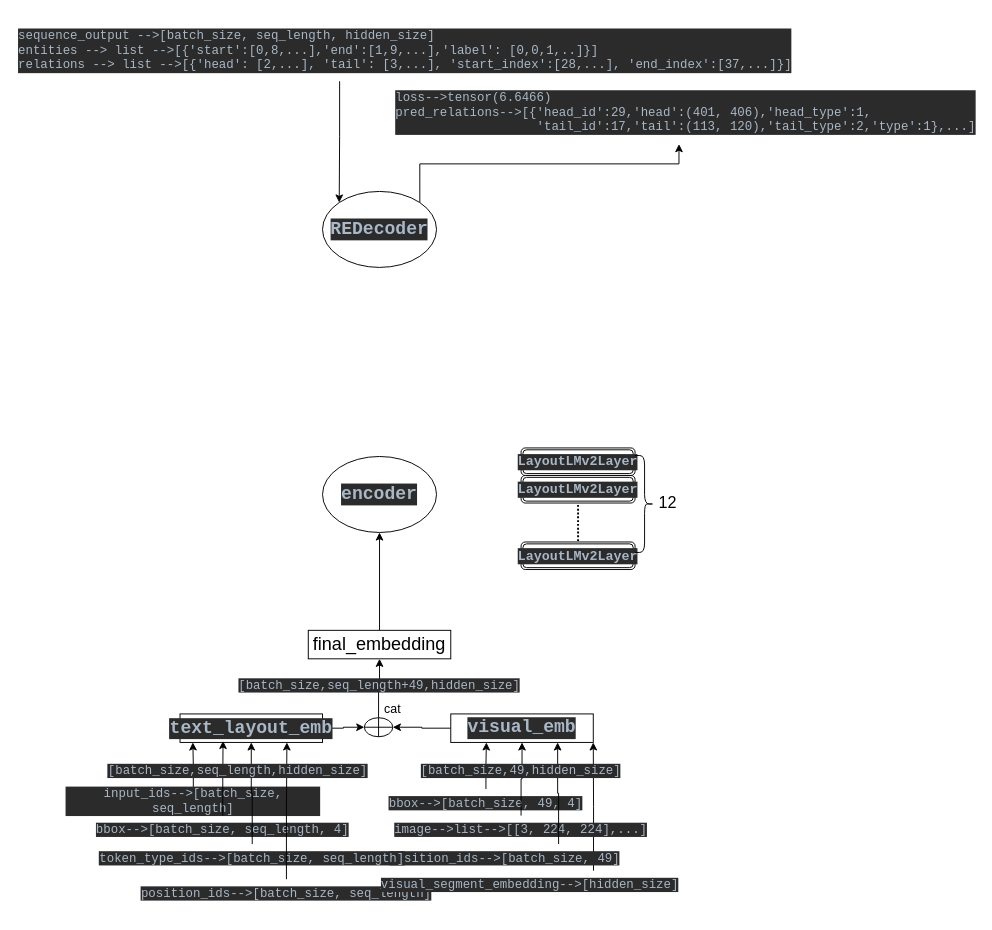
Earlier version of the draw.io diagram layoutxlm.drawio (ymzx/layoutxlm). Source tidied: cells renumbered, new cells numbered last; positions are measured from the earlier drawing's top-left corner, leaving out a move shared by most shapes. Both pictures are drawn from the tidied source at 95%, with x=0, y=0 at pixel (16, 20).
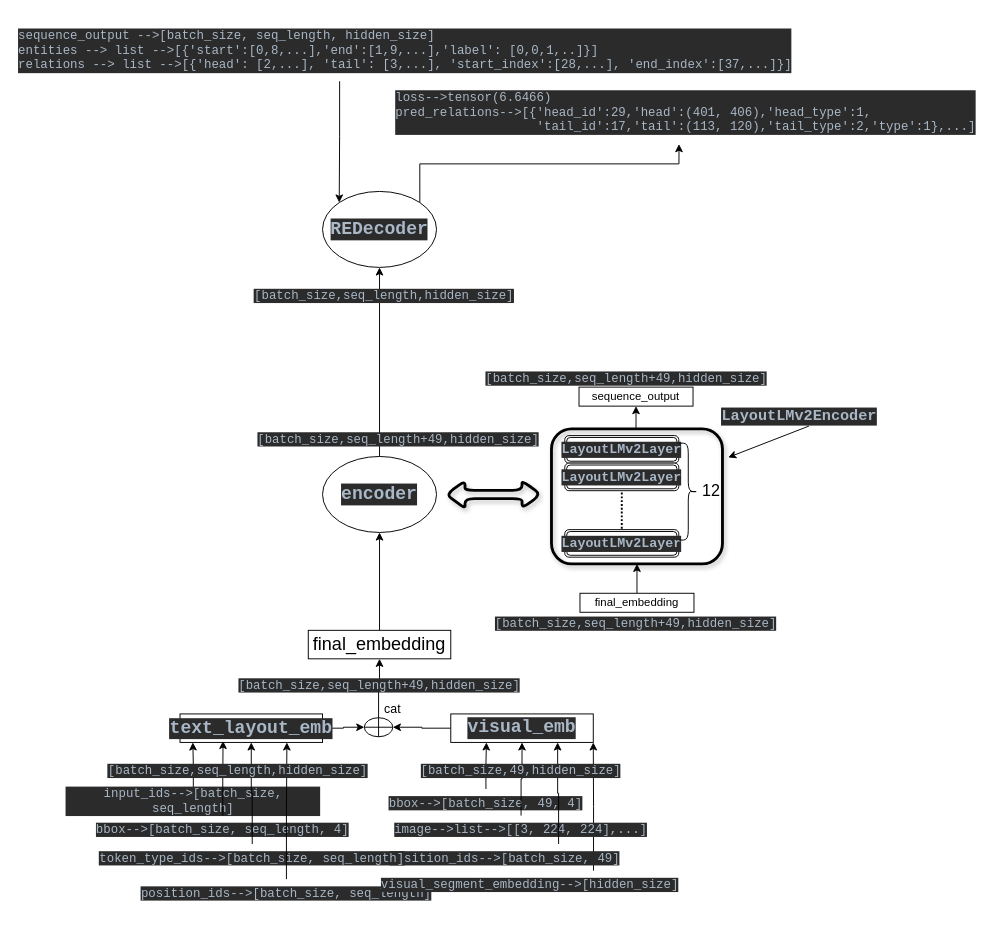
The same diagram, later.

Unchanged cells that the change refers to:
```xml
<mxCell id="7" value="&lt;pre style=&quot;background-color: rgb(43 , 43 , 43) ; color: rgb(169 , 183 , 198) ; font-family: &amp;#34;jetbrains mono&amp;#34; , monospace&quot;&gt;&lt;font style=&quot;font-size: 19px&quot;&gt;&lt;b&gt;REDecoder&lt;/b&gt;&lt;/font&gt;&lt;/pre&gt;" style="ellipse;whiteSpace=wrap;html=1;" parent="1" vertex="1">
  <mxGeometry x="322" y="180" width="120" height="80" as="geometry" />
</mxCell>
<mxCell id="11" value="&lt;pre style=&quot;background-color: rgb(43 , 43 , 43) ; color: rgb(169 , 183 , 198) ; font-family: &amp;#34;jetbrains mono&amp;#34; , monospace&quot;&gt;&lt;b&gt;&lt;font style=&quot;font-size: 19px&quot;&gt;encoder&lt;/font&gt;&lt;/b&gt;&lt;/pre&gt;" style="ellipse;whiteSpace=wrap;html=1;fontSize=19;" parent="1" vertex="1">
  <mxGeometry x="322" y="459" width="120" height="80" as="geometry" />
</mxCell>
```

What changed in the source:
```diff
@@
+    <mxCell id="42" style="edgeStyle=orthogonalEdgeStyle;rounded=0;jettySize=auto;html=1;exitX=0.5;exitY=0;exitDx=0;exitDy=0;entryX=0.5;entryY=1;entryDx=0;entryDy=0;fontSize=17;" parent="1" edge="1" source="11" target="7">
+      <mxGeometry relative="1" as="geometry" />
+    </mxCell>
@@
+    <mxCell id="43" style="group;" parent="1" vertex="1">
+      <mxGeometry x="563" y="430" width="183" height="142" as="geometry" />
+    </mxCell>
-    <mxCell id="36" value="&lt;pre style=&quot;background-color: rgb(43 , 43 , 43) ; color: rgb(169 , 183 , 198) ; font-family: &amp;#34;jetbrains mono&amp;#34; , monospace&quot;&gt;&lt;font style=&quot;font-size: 14px&quot;&gt;&lt;b&gt;LayoutLMv2Layer&lt;/b&gt;&lt;/font&gt;&lt;/pre&gt;" style="shape=ext;double=1;rounded=1;whiteSpace=wrap;html=1;fontSize=13;" parent="1" vertex="1">
-      <mxGeometry x="531" y="450" width="120" height="29" as="geometry" />
+    <mxCell id="36" value="&lt;pre style=&quot;background-color: rgb(43 , 43 , 43) ; color: rgb(169 , 183 , 198) ; font-family: &amp;#34;jetbrains mono&amp;#34; , monospace&quot;&gt;&lt;font style=&quot;font-size: 14px&quot;&gt;&lt;b&gt;LayoutLMv2Layer&lt;/b&gt;&lt;/font&gt;&lt;/pre&gt;" style="shape=ext;double=1;rounded=1;whiteSpace=wrap;html=1;fontSize=13;" parent="43" vertex="1">
+      <mxGeometry x="14" y="7" width="120" height="29" as="geometry" />
     </mxCell>
-    <mxCell id="37" value="&lt;pre style=&quot;background-color: rgb(43 , 43 , 43) ; color: rgb(169 , 183 , 198) ; font-family: &amp;#34;jetbrains mono&amp;#34; , monospace&quot;&gt;&lt;font style=&quot;font-size: 14px&quot;&gt;&lt;b&gt;LayoutLMv2Layer&lt;/b&gt;&lt;/font&gt;&lt;/pre&gt;" style="shape=ext;double=1;rounded=1;whiteSpace=wrap;html=1;fontSize=13;" parent="1" vertex="1">
-      <mxGeometry x="531" y="479" width="120" height="29" as="geometry" />
+    <mxCell id="37" value="&lt;pre style=&quot;background-color: rgb(43 , 43 , 43) ; color: rgb(169 , 183 , 198) ; font-family: &amp;#34;jetbrains mono&amp;#34; , monospace&quot;&gt;&lt;font style=&quot;font-size: 14px&quot;&gt;&lt;b&gt;LayoutLMv2Layer&lt;/b&gt;&lt;/font&gt;&lt;/pre&gt;" style="shape=ext;double=1;rounded=1;whiteSpace=wrap;html=1;fontSize=13;" parent="43" vertex="1">
+      <mxGeometry x="14" y="36" width="120" height="29" as="geometry" />
     </mxCell>
-    <mxCell id="38" value="&lt;pre style=&quot;background-color: rgb(43 , 43 , 43) ; color: rgb(169 , 183 , 198) ; font-family: &amp;#34;jetbrains mono&amp;#34; , monospace&quot;&gt;&lt;font style=&quot;font-size: 14px&quot;&gt;&lt;b&gt;LayoutLMv2Layer&lt;/b&gt;&lt;/font&gt;&lt;/pre&gt;" style="shape=ext;double=1;rounded=1;whiteSpace=wrap;html=1;fontSize=13;" parent="1" vertex="1">
-      <mxGeometry x="531" y="549" width="120" height="29" as="geometry" />
+    <mxCell id="38" value="&lt;pre style=&quot;background-color: rgb(43 , 43 , 43) ; color: rgb(169 , 183 , 198) ; font-family: &amp;#34;jetbrains mono&amp;#34; , monospace&quot;&gt;&lt;font style=&quot;font-size: 14px&quot;&gt;&lt;b&gt;LayoutLMv2Layer&lt;/b&gt;&lt;/font&gt;&lt;/pre&gt;" style="shape=ext;double=1;rounded=1;whiteSpace=wrap;html=1;fontSize=13;" parent="43" vertex="1">
+      <mxGeometry x="14" y="106" width="120" height="29" as="geometry" />
     </mxCell>
-    <mxCell id="39" style="shape=curlyBracket;whiteSpace=wrap;html=1;rounded=1;flipH=1;fontSize=14;size=0.5;" parent="1" vertex="1">
-      <mxGeometry x="651" y="458" width="20" height="102" as="geometry" />
+    <mxCell id="39" style="shape=curlyBracket;whiteSpace=wrap;html=1;rounded=1;flipH=1;fontSize=14;size=0.5;" parent="43" vertex="1">
+      <mxGeometry x="134" y="15" width="20" height="102" as="geometry" />
     </mxCell>
-    <mxCell id="40" value="&lt;span style=&quot;font-weight: normal&quot;&gt;&lt;font style=&quot;font-size: 17px&quot;&gt;12&lt;/font&gt;&lt;/span&gt;" style="text;strokeColor=none;fillColor=none;html=1;fontSize=24;fontStyle=1;verticalAlign=middle;align=center;" parent="1" vertex="1">
-      <mxGeometry x="670" y="491" width="30" height="30" as="geometry" />
+    <mxCell id="40" value="&lt;span style=&quot;font-weight: normal&quot;&gt;&lt;font style=&quot;font-size: 17px&quot;&gt;12&lt;/font&gt;&lt;/span&gt;" style="text;strokeColor=none;fillColor=none;html=1;fontSize=24;fontStyle=1;verticalAlign=middle;align=center;" parent="43" vertex="1">
+      <mxGeometry x="153" y="48" width="30" height="30" as="geometry" />
     </mxCell>
-    <mxCell id="41" style="line;strokeWidth=2;direction=south;html=1;fontSize=17;dashed=1;dashPattern=1 1;" parent="1" vertex="1">
-      <mxGeometry x="586" y="510" width="10" height="39" as="geometry" />
+    <mxCell id="41" style="line;strokeWidth=2;direction=south;html=1;fontSize=17;dashed=1;dashPattern=1 1;" parent="43" vertex="1">
+      <mxGeometry x="69" y="67" width="10" height="39" as="geometry" />
     </mxCell>
+    <mxCell id="44" style="rounded=1;whiteSpace=wrap;html=1;fontSize=17;shadow=1;fillColor=none;glass=0;strokeWidth=3;" parent="43" vertex="1">
+      <mxGeometry width="180" height="142" as="geometry" />
+    </mxCell>
+    <mxCell id="45" style="shape=doubleArrow;whiteSpace=wrap;html=1;rounded=1;shadow=1;glass=0;fontSize=17;strokeWidth=3;fillColor=none;" parent="1" vertex="1">
+      <mxGeometry x="452" y="484.5" width="100" height="29" as="geometry" />
+    </mxCell>
+    <mxCell id="46" value="&lt;span style=&quot;color: rgb(169 , 183 , 198) ; font-family: &amp;#34;jetbrains mono&amp;#34; , monospace ; background-color: rgb(43 , 43 , 43)&quot;&gt;[batch_size,seq_length+49,hidden_size]&lt;/span&gt;" style="text;html=1;strokeColor=none;fillColor=none;align=center;verticalAlign=middle;whiteSpace=wrap;rounded=0;fontSize=13;" parent="1" vertex="1">
+      <mxGeometry x="522" y="367" width="240" height="20" as="geometry" />
+    </mxCell>
+    <mxCell id="47" value="&lt;span&gt;sequence_output&lt;/span&gt;" style="rounded=0;whiteSpace=wrap;html=1;" parent="1" vertex="1">
+      <mxGeometry x="592" y="386" width="120" height="20" as="geometry" />
+    </mxCell>
+    <mxCell id="48" value="&lt;span style=&quot;color: rgb(169 , 183 , 198) ; font-family: &amp;#34;jetbrains mono&amp;#34; , monospace ; background-color: rgb(43 , 43 , 43)&quot;&gt;[batch_size,seq_length+49,hidden_size]&lt;/span&gt;" style="text;html=1;strokeColor=none;fillColor=none;align=center;verticalAlign=middle;whiteSpace=wrap;rounded=0;fontSize=13;" parent="1" vertex="1">
+      <mxGeometry x="532" y="625" width="240" height="20" as="geometry" />
+    </mxCell>
+    <mxCell id="49" style="edgeStyle=orthogonalEdgeStyle;rounded=0;jettySize=auto;html=1;exitX=0.5;exitY=0;exitDx=0;exitDy=0;entryX=0.5;entryY=1;entryDx=0;entryDy=0;fontSize=12;" parent="1" edge="1" source="50" target="44">
+      <mxGeometry relative="1" as="geometry" />
+    </mxCell>
+    <mxCell id="50" value="final_embedding" style="rounded=0;whiteSpace=wrap;html=1;" parent="1" vertex="1">
+      <mxGeometry x="593" y="603" width="120" height="20" as="geometry" />
+    </mxCell>
+    <mxCell id="51" style="edgeStyle=orthogonalEdgeStyle;rounded=0;jettySize=auto;html=1;exitX=0.5;exitY=0;exitDx=0;exitDy=0;entryX=0.5;entryY=1;entryDx=0;entryDy=0;fontSize=12;" parent="1" edge="1" source="44" target="47">
+      <mxGeometry relative="1" as="geometry" />
+    </mxCell>
+    <mxCell id="52" value="&lt;span style=&quot;color: rgb(169 , 183 , 198) ; font-family: &amp;#34;jetbrains mono&amp;#34; , monospace ; background-color: rgb(43 , 43 , 43)&quot;&gt;[batch_size,seq_length+49,hidden_size]&lt;/span&gt;" style="text;html=1;strokeColor=none;fillColor=none;align=center;verticalAlign=middle;whiteSpace=wrap;rounded=0;fontSize=13;" parent="1" vertex="1">
+      <mxGeometry x="282" y="431" width="240" height="20" as="geometry" />
+    </mxCell>
+    <mxCell id="53" value="&lt;pre style=&quot;background-color: rgb(43 , 43 , 43) ; color: rgb(169 , 183 , 198) ; font-family: &amp;#34;jetbrains mono&amp;#34; , monospace&quot;&gt;&lt;b&gt;&lt;font style=&quot;font-size: 16px&quot;&gt;LayoutLMv2Encoder&lt;/font&gt;&lt;/b&gt;&lt;/pre&gt;" style="text;html=1;strokeColor=none;fillColor=none;align=center;verticalAlign=middle;whiteSpace=wrap;rounded=0;fontSize=12;" parent="1" vertex="1">
+      <mxGeometry x="749" y="402" width="150" height="30" as="geometry" />
+    </mxCell>
+    <mxCell id="54" style="endArrow=classic;html=1;rounded=0;fontSize=16;exitX=0.5;exitY=1;exitDx=0;exitDy=0;" parent="1" edge="1">
+      <mxGeometry relative="1" as="geometry">
+        <mxPoint x="834" y="427" as="sourcePoint" />
+        <mxPoint x="749" y="460" as="targetPoint" />
+      </mxGeometry>
+    </mxCell>
+    <mxCell id="55" value="&lt;span style=&quot;color: rgb(169 , 183 , 198) ; font-family: &amp;#34;jetbrains mono&amp;#34; , monospace ; background-color: rgb(43 , 43 , 43)&quot;&gt;[batch_size,seq_length,hidden_size]&lt;/span&gt;" style="text;html=1;strokeColor=none;fillColor=none;align=center;verticalAlign=middle;whiteSpace=wrap;rounded=0;fontSize=13;" parent="1" vertex="1">
+      <mxGeometry x="267" y="280" width="240" height="20" as="geometry" />
+    </mxCell>
```
